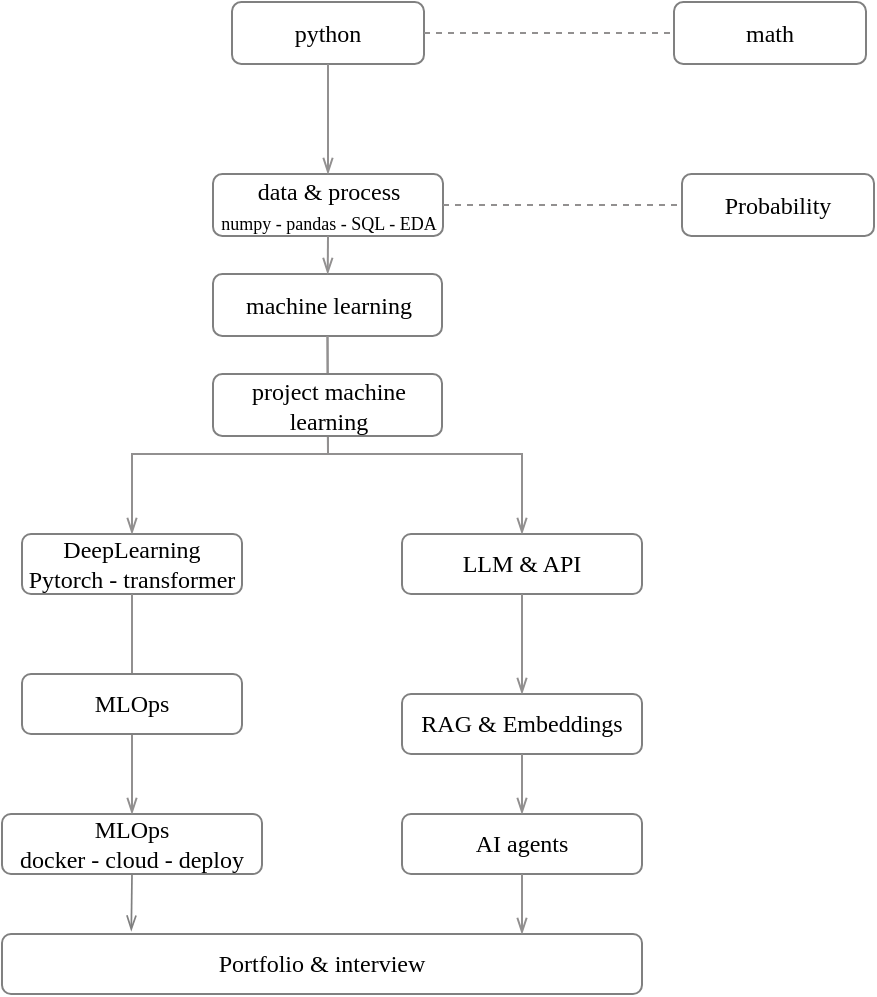
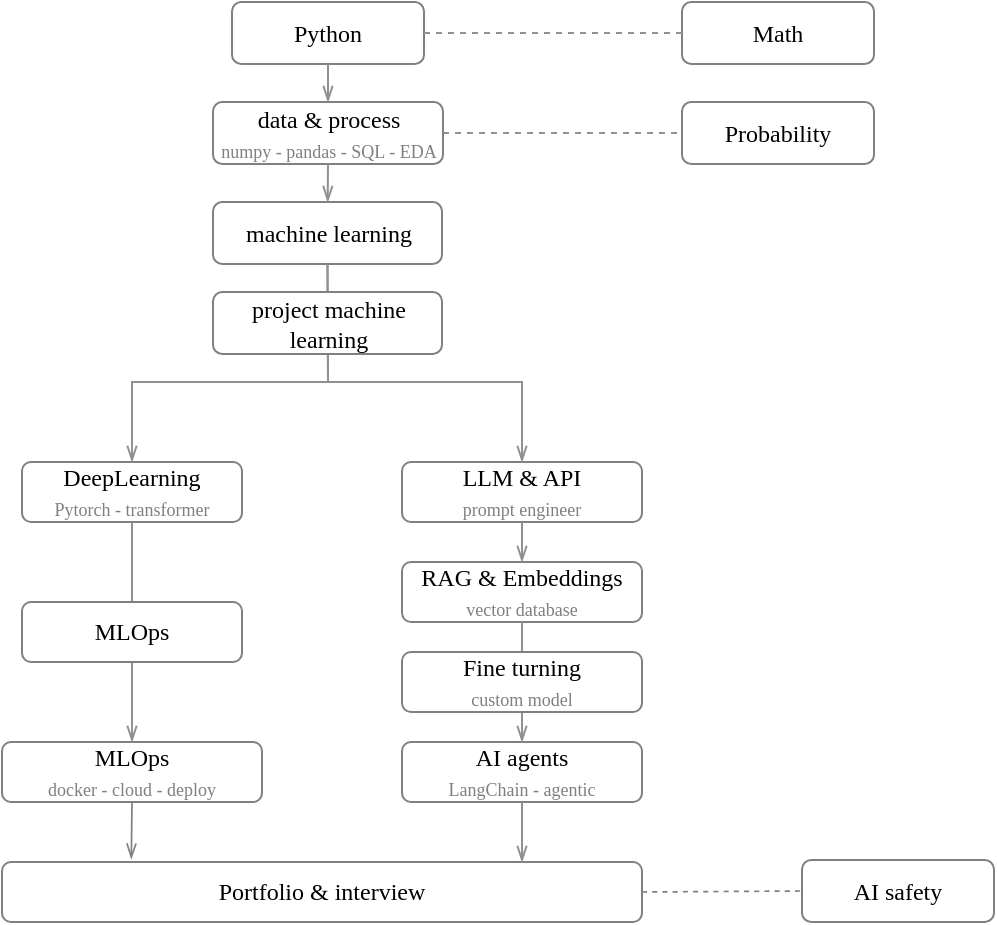
<mxfile host="app.diagrams.net" agent="Mozilla/5.0 (Macintosh; Intel Mac OS X 10_15_7) AppleWebKit/537.36 (KHTML, like Gecko) draw.io/29.3.0 Chrome/140.0.7339.249 Electron/38.7.2 Safari/537.36" pages="4">
  <diagram name="overview" id="cAlCBEzrJN6Ur7Pin5lN">
-     <mxGraphModel dx="948" dy="423" grid="1" gridSize="10" guides="1" tooltips="1" connect="1" arrows="1" fold="1" page="1" pageScale="1" pageWidth="827" pageHeight="1169" math="0" shadow="0">
-       <root>
-         <mxCell id="0" />
-         <mxCell id="1" parent="0" />
-         <mxCell id="zTdwEjZ7j_-9_ITJUfBh-1" parent="1" style="rounded=1;whiteSpace=wrap;html=1;fontFamily=Comic Sans MS;strokeColor=#808080;" value="python" vertex="1">
-           <mxGeometry height="31" width="96" x="315" y="474" as="geometry" />
-         </mxCell>
-         <mxCell id="zTdwEjZ7j_-9_ITJUfBh-2" parent="1" style="rounded=1;whiteSpace=wrap;html=1;fontFamily=Comic Sans MS;strokeColor=#808080;" value="math" vertex="1">
-           <mxGeometry height="31" width="96" x="536" y="474" as="geometry" />
-         </mxCell>
-         <mxCell id="zTdwEjZ7j_-9_ITJUfBh-4" parent="1" style="rounded=1;whiteSpace=wrap;html=1;fontFamily=Comic Sans MS;strokeColor=#808080;" value="data &amp;amp; process&lt;div&gt;&lt;font style=&quot;font-size: 9px;&quot;&gt;numpy - pandas - SQL - EDA&lt;/font&gt;&lt;/div&gt;" vertex="1">
+     <mxGraphModel dx="790" dy="352" grid="1" gridSize="10" guides="1" tooltips="1" connect="1" arrows="1" fold="1" page="1" pageScale="1" pageWidth="827" pageHeight="1169" math="0" shadow="0">
+       <root>
+         <mxCell id="0" />
+         <mxCell id="1" parent="0" />
+         <mxCell id="zTdwEjZ7j_-9_ITJUfBh-1" parent="1" style="rounded=1;whiteSpace=wrap;html=1;fontFamily=Comic Sans MS;strokeColor=#808080;" value="Python" vertex="1">
+           <mxGeometry height="31" width="96" x="315" y="510" as="geometry" />
+         </mxCell>
+         <mxCell id="zTdwEjZ7j_-9_ITJUfBh-2" parent="1" style="rounded=1;whiteSpace=wrap;html=1;fontFamily=Comic Sans MS;strokeColor=#808080;" value="Math" vertex="1">
+           <mxGeometry height="31" width="96" x="540" y="510" as="geometry" />
+         </mxCell>
+         <mxCell id="zTdwEjZ7j_-9_ITJUfBh-4" parent="1" style="rounded=1;whiteSpace=wrap;html=1;fontFamily=Comic Sans MS;strokeColor=#808080;" value="data &amp;amp; process&lt;div&gt;&lt;font style=&quot;font-size: 9px; color: rgb(128, 128, 128);&quot;&gt;numpy - pandas - SQL - EDA&lt;/font&gt;&lt;/div&gt;" vertex="1">
          <mxGeometry height="31" width="115" x="305.5" y="560" as="geometry" />
        </mxCell>
        <mxCell id="zTdwEjZ7j_-9_ITJUfBh-5" parent="1" style="rounded=1;whiteSpace=wrap;html=1;fontFamily=Comic Sans MS;strokeColor=#808080;" value="Probability" vertex="1">
          <mxGeometry height="31" width="96" x="540" y="560" as="geometry" />
        </mxCell>
        <mxCell id="zTdwEjZ7j_-9_ITJUfBh-6" edge="1" parent="1" source="zTdwEjZ7j_-9_ITJUfBh-4" style="endArrow=none;html=1;rounded=0;endFill=0;strokeColor=light-dark(#929090, #ededed);entryX=0;entryY=0.5;entryDx=0;entryDy=0;exitX=1;exitY=0.5;exitDx=0;exitDy=0;dashed=1;" target="zTdwEjZ7j_-9_ITJUfBh-5" value="">
          <mxGeometry height="50" relative="1" width="50" as="geometry">
            <mxPoint x="350" y="560" as="sourcePoint" />
            <mxPoint x="400" y="510" as="targetPoint" />
          </mxGeometry>
        </mxCell>
        <mxCell id="zTdwEjZ7j_-9_ITJUfBh-7" edge="1" parent="1" source="zTdwEjZ7j_-9_ITJUfBh-1" style="endArrow=none;html=1;rounded=0;endFill=0;strokeColor=light-dark(#929090, #ededed);exitX=1;exitY=0.5;exitDx=0;exitDy=0;entryX=0;entryY=0.5;entryDx=0;entryDy=0;dashed=1;" target="zTdwEjZ7j_-9_ITJUfBh-2" value="">
          <mxGeometry height="50" relative="1" width="50" as="geometry">
-             <mxPoint x="350" y="560" as="sourcePoint" />
-             <mxPoint x="500" y="510" as="targetPoint" />
+             <mxPoint x="350" y="596" as="sourcePoint" />
+             <mxPoint x="500" y="546" as="targetPoint" />
          </mxGeometry>
        </mxCell>
        <mxCell id="zTdwEjZ7j_-9_ITJUfBh-8" parent="1" style="rounded=1;whiteSpace=wrap;html=1;fontFamily=Comic Sans MS;strokeColor=#808080;" value="machine learning" vertex="1">
          <mxGeometry height="31" width="114.5" x="305.5" y="610" as="geometry" />
        </mxCell>
        <mxCell id="zTdwEjZ7j_-9_ITJUfBh-9" edge="1" parent="1" source="zTdwEjZ7j_-9_ITJUfBh-1" style="endArrow=openThin;html=1;rounded=0;endFill=0;strokeColor=light-dark(#929090, #ededed);exitX=0.5;exitY=1;exitDx=0;exitDy=0;" target="zTdwEjZ7j_-9_ITJUfBh-4" value="">
          <mxGeometry height="50" relative="1" width="50" as="geometry">
            <mxPoint x="350" y="560" as="sourcePoint" />
            <mxPoint x="400" y="510" as="targetPoint" />
          </mxGeometry>
        </mxCell>
        <mxCell id="zTdwEjZ7j_-9_ITJUfBh-10" edge="1" parent="1" source="zTdwEjZ7j_-9_ITJUfBh-4" style="endArrow=openThin;html=1;rounded=0;endFill=0;strokeColor=light-dark(#929090, #ededed);exitX=0.5;exitY=1;exitDx=0;exitDy=0;" target="zTdwEjZ7j_-9_ITJUfBh-8" value="">
          <mxGeometry height="50" relative="1" width="50" as="geometry">
            <mxPoint x="350" y="560" as="sourcePoint" />
            <mxPoint x="400" y="510" as="targetPoint" />
          </mxGeometry>
        </mxCell>
-         <mxCell id="zTdwEjZ7j_-9_ITJUfBh-11" parent="1" style="rounded=1;whiteSpace=wrap;html=1;fontFamily=Comic Sans MS;strokeColor=#808080;" value="DeepLearning&lt;br&gt;Pytorch - transformer" vertex="1">
+         <mxCell id="zTdwEjZ7j_-9_ITJUfBh-11" parent="1" style="rounded=1;whiteSpace=wrap;html=1;fontFamily=Comic Sans MS;strokeColor=#808080;" value="DeepLearning&lt;br&gt;&lt;font style=&quot;font-size: 9px; color: rgb(128, 128, 128);&quot;&gt;Pytorch - transformer&lt;/font&gt;" vertex="1">
          <mxGeometry height="30" width="110" x="210" y="740" as="geometry" />
        </mxCell>
-         <mxCell id="zTdwEjZ7j_-9_ITJUfBh-12" parent="1" style="rounded=1;whiteSpace=wrap;html=1;fontFamily=Comic Sans MS;strokeColor=#808080;" value="LLM &amp;amp; API" vertex="1">
+         <mxCell id="zTdwEjZ7j_-9_ITJUfBh-12" parent="1" style="rounded=1;whiteSpace=wrap;html=1;fontFamily=Comic Sans MS;strokeColor=#808080;" value="LLM &amp;amp; API&lt;br&gt;&lt;font style=&quot;font-size: 9px; color: rgb(128, 128, 128);&quot;&gt;prompt engineer&lt;/font&gt;" vertex="1">
          <mxGeometry height="30" width="120" x="400" y="740" as="geometry" />
        </mxCell>
-         <mxCell id="zTdwEjZ7j_-9_ITJUfBh-13" parent="1" style="rounded=1;whiteSpace=wrap;html=1;fontFamily=Comic Sans MS;strokeColor=#808080;" value="RAG &amp;amp; Embeddings" vertex="1">
-           <mxGeometry height="30" width="120" x="400" y="820" as="geometry" />
-         </mxCell>
-         <mxCell id="zTdwEjZ7j_-9_ITJUfBh-14" parent="1" style="rounded=1;whiteSpace=wrap;html=1;fontFamily=Comic Sans MS;strokeColor=#808080;" value="MLOps&lt;div&gt;docker - cloud - deploy&lt;/div&gt;" vertex="1">
+         <mxCell id="zTdwEjZ7j_-9_ITJUfBh-13" parent="1" style="rounded=1;whiteSpace=wrap;html=1;fontFamily=Comic Sans MS;strokeColor=#808080;" value="RAG &amp;amp; Embeddings&lt;div&gt;&lt;font style=&quot;font-size: 9px; color: rgb(128, 128, 128);&quot;&gt;vector database&lt;/font&gt;&lt;/div&gt;" vertex="1">
+           <mxGeometry height="30" width="120" x="400" y="790" as="geometry" />
+         </mxCell>
+         <mxCell id="zTdwEjZ7j_-9_ITJUfBh-14" parent="1" style="rounded=1;whiteSpace=wrap;html=1;fontFamily=Comic Sans MS;strokeColor=#808080;" value="MLOps&lt;div&gt;&lt;font style=&quot;font-size: 9px; color: rgb(128, 128, 128);&quot;&gt;docker - cloud - deploy&lt;/font&gt;&lt;/div&gt;" vertex="1">
          <mxGeometry height="30" width="130" x="200" y="880" as="geometry" />
        </mxCell>
        <mxCell id="zTdwEjZ7j_-9_ITJUfBh-15" parent="1" style="rounded=1;whiteSpace=wrap;html=1;fontFamily=Comic Sans MS;strokeColor=#808080;" value="Portfolio &amp;amp; interview" vertex="1">
          <mxGeometry height="30" width="320" x="200" y="940" as="geometry" />
        </mxCell>
-         <mxCell id="zTdwEjZ7j_-9_ITJUfBh-16" parent="1" style="rounded=1;whiteSpace=wrap;html=1;fontFamily=Comic Sans MS;strokeColor=#808080;" value="AI agents" vertex="1">
+         <mxCell id="zTdwEjZ7j_-9_ITJUfBh-16" parent="1" style="rounded=1;whiteSpace=wrap;html=1;fontFamily=Comic Sans MS;strokeColor=#808080;" value="AI agents&lt;br&gt;&lt;font style=&quot;font-size: 9px; color: rgb(128, 128, 128);&quot;&gt;LangChain - agentic&lt;/font&gt;" vertex="1">
          <mxGeometry height="30" width="120" x="400" y="880" as="geometry" />
        </mxCell>
        <mxCell id="zTdwEjZ7j_-9_ITJUfBh-17" edge="1" parent="1" source="zTdwEjZ7j_-9_ITJUfBh-8" style="endArrow=openThin;html=1;rounded=0;endFill=0;strokeColor=light-dark(#929090, #ededed);entryX=0.5;entryY=0;entryDx=0;entryDy=0;exitX=0.5;exitY=1;exitDx=0;exitDy=0;" target="zTdwEjZ7j_-9_ITJUfBh-12" value="">
          <mxGeometry height="50" relative="1" width="50" as="geometry">
            <Array as="points">
              <mxPoint x="363" y="700" />
              <mxPoint x="460" y="700" />
            </Array>
            <mxPoint x="300" y="780" as="sourcePoint" />
            <mxPoint x="350" y="730" as="targetPoint" />
          </mxGeometry>
        </mxCell>
        <mxCell id="zTdwEjZ7j_-9_ITJUfBh-18" edge="1" parent="1" source="zTdwEjZ7j_-9_ITJUfBh-8" style="endArrow=openThin;html=1;rounded=0;endFill=0;strokeColor=light-dark(#929090, #ededed);exitX=0.5;exitY=1;exitDx=0;exitDy=0;entryX=0.5;entryY=0;entryDx=0;entryDy=0;" target="zTdwEjZ7j_-9_ITJUfBh-11" value="">
          <mxGeometry height="50" relative="1" width="50" as="geometry">
            <Array as="points">
              <mxPoint x="363" y="700" />
              <mxPoint x="265" y="700" />
            </Array>
            <mxPoint x="300" y="780" as="sourcePoint" />
            <mxPoint x="350" y="730" as="targetPoint" />
          </mxGeometry>
        </mxCell>
        <mxCell id="zTdwEjZ7j_-9_ITJUfBh-19" edge="1" parent="1" source="zTdwEjZ7j_-9_ITJUfBh-11" style="endArrow=openThin;html=1;rounded=0;endFill=0;strokeColor=light-dark(#929090, #ededed);exitX=0.5;exitY=1;exitDx=0;exitDy=0;" target="zTdwEjZ7j_-9_ITJUfBh-14" value="">
          <mxGeometry height="50" relative="1" width="50" as="geometry">
            <mxPoint x="290" y="800" as="sourcePoint" />
            <mxPoint x="340" y="750" as="targetPoint" />
          </mxGeometry>
        </mxCell>
        <mxCell id="zTdwEjZ7j_-9_ITJUfBh-21" edge="1" parent="1" source="zTdwEjZ7j_-9_ITJUfBh-12" style="endArrow=openThin;html=1;rounded=0;endFill=0;strokeColor=light-dark(#929090, #ededed);exitX=0.5;exitY=1;exitDx=0;exitDy=0;entryX=0.5;entryY=0;entryDx=0;entryDy=0;" target="zTdwEjZ7j_-9_ITJUfBh-13" value="">
          <mxGeometry height="50" relative="1" width="50" as="geometry">
            <mxPoint x="290" y="800" as="sourcePoint" />
            <mxPoint x="340" y="750" as="targetPoint" />
          </mxGeometry>
        </mxCell>
        <mxCell id="zTdwEjZ7j_-9_ITJUfBh-22" edge="1" parent="1" source="zTdwEjZ7j_-9_ITJUfBh-13" style="endArrow=openThin;html=1;rounded=0;endFill=0;strokeColor=light-dark(#929090, #ededed);exitX=0.5;exitY=1;exitDx=0;exitDy=0;entryX=0.5;entryY=0;entryDx=0;entryDy=0;" target="zTdwEjZ7j_-9_ITJUfBh-16" value="">
          <mxGeometry height="50" relative="1" width="50" as="geometry">
            <mxPoint x="290" y="800" as="sourcePoint" />
            <mxPoint x="340" y="750" as="targetPoint" />
          </mxGeometry>
        </mxCell>
        <mxCell id="zTdwEjZ7j_-9_ITJUfBh-23" edge="1" parent="1" source="zTdwEjZ7j_-9_ITJUfBh-16" style="endArrow=openThin;html=1;rounded=0;endFill=0;strokeColor=light-dark(#929090, #ededed);exitX=0.5;exitY=1;exitDx=0;exitDy=0;" value="">
          <mxGeometry height="50" relative="1" width="50" as="geometry">
            <mxPoint x="290" y="800" as="sourcePoint" />
            <mxPoint x="460" y="940" as="targetPoint" />
          </mxGeometry>
        </mxCell>
        <mxCell id="RL8-EkVr3OvldoPUYXMJ-1" parent="1" style="rounded=1;whiteSpace=wrap;html=1;fontFamily=Comic Sans MS;strokeColor=#808080;" value="project machine learning" vertex="1">
-           <mxGeometry height="31" width="114.5" x="305.5" y="660" as="geometry" />
+           <mxGeometry height="31" width="114.5" x="305.5" y="655" as="geometry" />
        </mxCell>
        <mxCell id="RL8-EkVr3OvldoPUYXMJ-3" parent="1" style="rounded=1;whiteSpace=wrap;html=1;fontFamily=Comic Sans MS;strokeColor=#808080;" value="MLOps" vertex="1">
          <mxGeometry height="30" width="110" x="210" y="810" as="geometry" />
        </mxCell>
        <mxCell id="RL8-EkVr3OvldoPUYXMJ-4" edge="1" parent="1" source="zTdwEjZ7j_-9_ITJUfBh-14" style="endArrow=openThin;html=1;rounded=0;strokeColor=#808080;endFill=0;strokeWidth=0.85;exitX=0.5;exitY=1;exitDx=0;exitDy=0;entryX=0.202;entryY=-0.05;entryDx=0;entryDy=0;entryPerimeter=0;" target="zTdwEjZ7j_-9_ITJUfBh-15" value="">
          <mxGeometry height="50" relative="1" width="50" as="geometry">
            <mxPoint x="390" y="820" as="sourcePoint" />
            <mxPoint x="440" y="770" as="targetPoint" />
          </mxGeometry>
        </mxCell>
+         <mxCell id="RL8-EkVr3OvldoPUYXMJ-5" parent="1" style="rounded=1;whiteSpace=wrap;html=1;fontFamily=Comic Sans MS;strokeColor=#808080;" value="Fine turning&lt;div&gt;&lt;font style=&quot;font-size: 9px; color: rgb(128, 128, 128);&quot;&gt;custom model&lt;/font&gt;&lt;/div&gt;" vertex="1">
+           <mxGeometry height="30" width="120" x="400" y="835" as="geometry" />
+         </mxCell>
+         <mxCell id="RL8-EkVr3OvldoPUYXMJ-6" parent="1" style="rounded=1;whiteSpace=wrap;html=1;fontFamily=Comic Sans MS;strokeColor=#808080;" value="AI safety" vertex="1">
+           <mxGeometry height="31" width="96" x="600" y="939" as="geometry" />
+         </mxCell>
+         <mxCell id="RL8-EkVr3OvldoPUYXMJ-7" edge="1" parent="1" source="zTdwEjZ7j_-9_ITJUfBh-15" style="endArrow=none;html=1;rounded=0;strokeColor=#808080;endFill=0;strokeWidth=0.85;exitX=1;exitY=0.5;exitDx=0;exitDy=0;entryX=0;entryY=0.5;entryDx=0;entryDy=0;dashed=1;" target="RL8-EkVr3OvldoPUYXMJ-6" value="">
+           <mxGeometry height="50" relative="1" width="50" as="geometry">
+             <mxPoint x="390" y="880" as="sourcePoint" />
+             <mxPoint x="440" y="830" as="targetPoint" />
+           </mxGeometry>
+         </mxCell>
      </root>
    </mxGraphModel>
  </diagram>
  <diagram id="UOBW3iFDmhUj1Tzh1QrL" name="python">
    <mxGraphModel dx="1725" dy="984" grid="1" gridSize="10" guides="1" tooltips="1" connect="1" arrows="1" fold="1" page="1" pageScale="1" pageWidth="827" pageHeight="1169" math="0" shadow="0">
      <root>
        <mxCell id="0" />
        <mxCell id="1" parent="0" />
      </root>
    </mxGraphModel>
  </diagram>
  <diagram id="m8GAUy3Aqo1FDhopTY1m" name="math">
    <mxGraphModel dx="1725" dy="984" grid="1" gridSize="10" guides="1" tooltips="1" connect="1" arrows="1" fold="1" page="1" pageScale="1" pageWidth="827" pageHeight="1169" math="0" shadow="0">
      <root>
        <mxCell id="0" />
        <mxCell id="1" parent="0" />
      </root>
    </mxGraphModel>
  </diagram>
  <diagram id="iIlrw0R1UCY4nR05RIuw" name="agent">
    <mxGraphModel dx="2265" dy="820" grid="1" gridSize="10" guides="1" tooltips="1" connect="1" arrows="1" fold="1" page="1" pageScale="1" pageWidth="827" pageHeight="1169" math="0" shadow="0">
      <root>
        <mxCell id="0" />
        <mxCell id="1" parent="0" />
        <mxCell id="3Uv-7dnaONPzhC1kDc2I-1" parent="1" style="text;html=1;whiteSpace=wrap;strokeColor=none;fillColor=none;align=center;verticalAlign=middle;rounded=0;" value="&lt;font face=&quot;Comic Sans MS&quot;&gt;working flow&amp;nbsp;&lt;/font&gt;" vertex="1">
          <mxGeometry height="30" width="110" x="600" y="480" as="geometry" />
        </mxCell>
        <mxCell id="3Uv-7dnaONPzhC1kDc2I-3" parent="1" style="text;html=1;whiteSpace=wrap;strokeColor=none;fillColor=none;align=center;verticalAlign=middle;rounded=0;" value="&lt;font face=&quot;Comic Sans MS&quot;&gt;prompt chaining&amp;nbsp;&lt;/font&gt;" vertex="1">
          <mxGeometry height="30" width="110" x="820" y="230" as="geometry" />
        </mxCell>
        <mxCell id="3Uv-7dnaONPzhC1kDc2I-4" edge="1" parent="1" source="3Uv-7dnaONPzhC1kDc2I-1" style="endArrow=openThin;html=1;rounded=0;endFill=0;strokeColor=light-dark(#929090, #ededed);exitX=1;exitY=0.5;exitDx=0;exitDy=0;entryX=0;entryY=0.5;entryDx=0;entryDy=0;" target="3Uv-7dnaONPzhC1kDc2I-3" value="">
          <mxGeometry height="50" relative="1" width="50" as="geometry">
            <mxPoint x="790" y="370" as="sourcePoint" />
            <mxPoint x="840" y="320" as="targetPoint" />
          </mxGeometry>
        </mxCell>
        <mxCell id="3Uv-7dnaONPzhC1kDc2I-5" parent="1" style="text;html=1;whiteSpace=wrap;strokeColor=none;fillColor=none;align=center;verticalAlign=middle;rounded=0;" value="&lt;font face=&quot;Comic Sans MS&quot;&gt;routing&lt;/font&gt;" vertex="1">
          <mxGeometry height="30" width="80" x="820" y="350" as="geometry" />
        </mxCell>
        <mxCell id="3Uv-7dnaONPzhC1kDc2I-6" parent="1" style="text;html=1;whiteSpace=wrap;strokeColor=none;fillColor=none;align=center;verticalAlign=middle;rounded=0;" value="&lt;font face=&quot;Comic Sans MS&quot;&gt;Evaluator - Optimizer / Reflection&lt;/font&gt;" vertex="1">
          <mxGeometry height="30" width="220" x="820" y="480" as="geometry" />
        </mxCell>
        <mxCell id="3Uv-7dnaONPzhC1kDc2I-7" edge="1" parent="1" source="3Uv-7dnaONPzhC1kDc2I-1" style="endArrow=openThin;html=1;rounded=0;endFill=0;strokeColor=light-dark(#929090, #ededed);exitX=1;exitY=0.5;exitDx=0;exitDy=0;entryX=0;entryY=0.5;entryDx=0;entryDy=0;" target="3Uv-7dnaONPzhC1kDc2I-5" value="">
          <mxGeometry height="50" relative="1" width="50" as="geometry">
            <mxPoint x="790" y="440" as="sourcePoint" />
            <mxPoint x="840" y="390" as="targetPoint" />
          </mxGeometry>
        </mxCell>
        <mxCell id="3Uv-7dnaONPzhC1kDc2I-8" edge="1" parent="1" source="3Uv-7dnaONPzhC1kDc2I-1" style="endArrow=openThin;html=1;rounded=0;endFill=0;strokeColor=light-dark(#929090, #ededed);exitX=1;exitY=0.5;exitDx=0;exitDy=0;" target="3Uv-7dnaONPzhC1kDc2I-6" value="">
          <mxGeometry height="50" relative="1" width="50" as="geometry">
            <mxPoint x="790" y="440" as="sourcePoint" />
            <mxPoint x="840" y="390" as="targetPoint" />
          </mxGeometry>
        </mxCell>
        <mxCell id="3Uv-7dnaONPzhC1kDc2I-9" parent="1" style="text;html=1;whiteSpace=wrap;strokeColor=none;fillColor=none;align=center;verticalAlign=middle;rounded=0;" value="&lt;font face=&quot;Comic Sans MS&quot;&gt;Orchestrator - Workers&lt;/font&gt;" vertex="1">
          <mxGeometry height="30" width="150" x="820" y="590" as="geometry" />
        </mxCell>
        <mxCell id="3Uv-7dnaONPzhC1kDc2I-10" edge="1" parent="1" source="3Uv-7dnaONPzhC1kDc2I-1" style="endArrow=openThin;html=1;rounded=0;endFill=0;strokeColor=light-dark(#929090, #ededed);entryX=0;entryY=0.5;entryDx=0;entryDy=0;exitX=1;exitY=0.5;exitDx=0;exitDy=0;" target="3Uv-7dnaONPzhC1kDc2I-9" value="">
          <mxGeometry height="50" relative="1" width="50" as="geometry">
            <mxPoint x="790" y="610" as="sourcePoint" />
            <mxPoint x="840" y="560" as="targetPoint" />
          </mxGeometry>
        </mxCell>
        <mxCell id="3Uv-7dnaONPzhC1kDc2I-11" parent="1" style="text;html=1;whiteSpace=wrap;strokeColor=none;fillColor=none;align=center;verticalAlign=middle;rounded=0;" value="&lt;font face=&quot;Comic Sans MS&quot;&gt;RAG - Retrieval-Augmented Generation&lt;/font&gt;" vertex="1">
          <mxGeometry height="30" width="240" x="820" y="710" as="geometry" />
        </mxCell>
        <mxCell id="3Uv-7dnaONPzhC1kDc2I-12" edge="1" parent="1" source="3Uv-7dnaONPzhC1kDc2I-1" style="endArrow=openThin;html=1;rounded=0;endFill=0;strokeColor=light-dark(#929090, #ededed);entryX=0;entryY=0.5;entryDx=0;entryDy=0;exitX=1;exitY=0.5;exitDx=0;exitDy=0;" target="3Uv-7dnaONPzhC1kDc2I-11" value="">
          <mxGeometry height="50" relative="1" width="50" as="geometry">
            <mxPoint x="790" y="490" as="sourcePoint" />
            <mxPoint x="840" y="440" as="targetPoint" />
          </mxGeometry>
        </mxCell>
        <mxCell id="3Uv-7dnaONPzhC1kDc2I-13" parent="1" style="rounded=1;whiteSpace=wrap;html=1;fontFamily=Comic Sans MS;strokeColor=#808080;" value="LLM" vertex="1">
          <mxGeometry height="30" width="80" x="-160" y="520" as="geometry" />
        </mxCell>
        <mxCell id="3Uv-7dnaONPzhC1kDc2I-14" parent="1" style="rounded=1;whiteSpace=wrap;html=1;fontFamily=Comic Sans MS;strokeColor=#808080;" value="Planning" vertex="1">
          <mxGeometry height="30" width="90" x="-10" y="680" as="geometry" />
        </mxCell>
        <mxCell id="3Uv-7dnaONPzhC1kDc2I-15" parent="1" style="rounded=1;whiteSpace=wrap;html=1;fontFamily=Comic Sans MS;strokeColor=#808080;" value="Memory" vertex="1">
          <mxGeometry height="30" width="80" x="240" y="560" as="geometry" />
        </mxCell>
        <mxCell id="3Uv-7dnaONPzhC1kDc2I-16" parent="1" style="rounded=1;whiteSpace=wrap;html=1;fontFamily=Comic Sans MS;strokeColor=#808080;" value="Tools/Actions" vertex="1">
          <mxGeometry height="30" width="90" x="70" y="400" as="geometry" />
        </mxCell>
      </root>
    </mxGraphModel>
  </diagram>
</mxfile>
